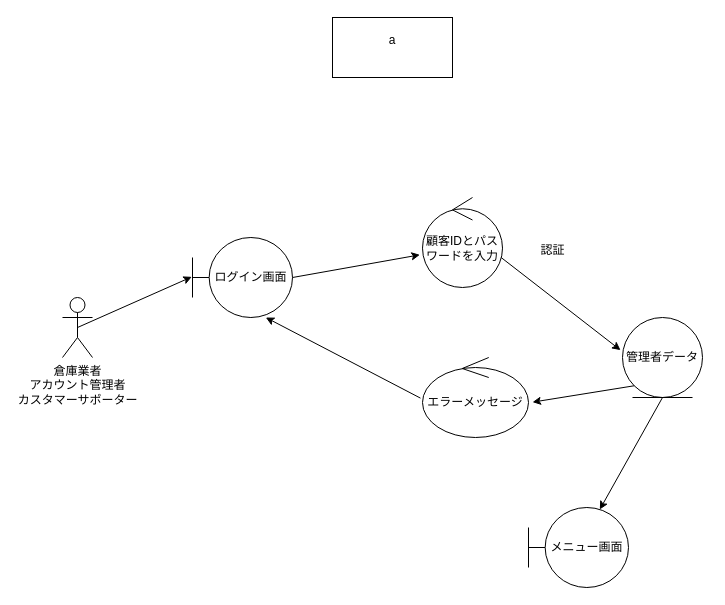
ko246/ohara_uml keeps this draw.io diagram as group/3-3_総合演習1_BBショップ注文管理システム/ロバストネス図/lo_c_01_login.drawio. Above is the earlier version. Source tidied: cells renumbered, new cells numbered last; positions are measured from the earlier drawing's top-left corner, leaving out a move shared by most shapes. Both pictures are drawn from the tidied source at 100%, with x=0, y=0 at pixel (62, 17).
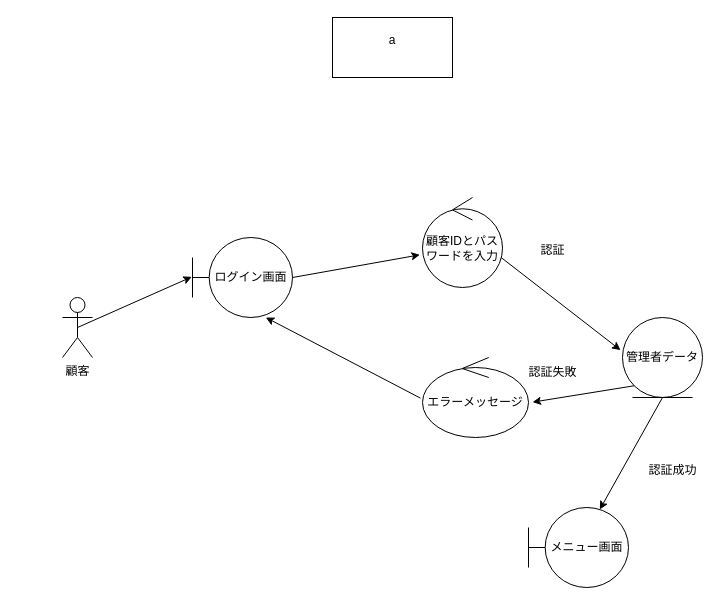
Above is the later version.

Change to the diagram source:
```diff
@@
 <mxGraphModel>
   <root>
     <mxCell id="0" />
     <mxCell id="1" parent="0" />
     <mxCell id="2" value="a&lt;div&gt;&lt;br&gt;&lt;/div&gt;" style="rounded=0;whiteSpace=wrap;html=1;" parent="1" vertex="1">
       <mxGeometry x="270" width="120" height="60" as="geometry" />
     </mxCell>
-    <mxCell id="3" value="倉庫業者&lt;div&gt;アカウント管理者&lt;/div&gt;&lt;div&gt;カスタマーサポーター&lt;/div&gt;" style="shape=umlActor;verticalLabelPosition=bottom;verticalAlign=top;html=1;" parent="1" vertex="1">
+    <mxCell id="3" value="顧客" style="shape=umlActor;verticalLabelPosition=bottom;verticalAlign=top;html=1;" parent="1" vertex="1">
       <mxGeometry y="280" width="30" height="60" as="geometry" />
     </mxCell>
     <mxCell id="4" value="ログイン画面" style="shape=umlBoundary;whiteSpace=wrap;html=1;" parent="1" vertex="1">
       <mxGeometry x="130" y="220" width="100" height="80" as="geometry" />
     </mxCell>
     <mxCell id="5" value="顧客IDとパスワードを入力" style="ellipse;shape=umlControl;whiteSpace=wrap;html=1;" parent="1" vertex="1">
       <mxGeometry x="360" y="180" width="80" height="90" as="geometry" />
     </mxCell>
     <mxCell id="6" value="管理者データ" style="ellipse;shape=umlEntity;whiteSpace=wrap;html=1;" parent="1" vertex="1">
       <mxGeometry x="560" y="300" width="80" height="80" as="geometry" />
     </mxCell>
     <mxCell id="7" value="メニュー画面" style="shape=umlBoundary;whiteSpace=wrap;html=1;" parent="1" vertex="1">
       <mxGeometry x="466" y="490" width="100" height="80" as="geometry" />
     </mxCell>
     <mxCell id="8" value="エラーメッセージ" style="ellipse;shape=umlControl;whiteSpace=wrap;html=1;" parent="1" vertex="1">
       <mxGeometry x="360" y="340" width="106" height="80" as="geometry" />
     </mxCell>
     <mxCell id="9" style="endArrow=classic;html=1;exitX=1;exitY=0.5;exitDx=0;exitDy=0;exitPerimeter=0;entryX=-0.033;entryY=0.637;entryDx=0;entryDy=0;entryPerimeter=0;" parent="1" edge="1" source="4" target="5">
       <mxGeometry relative="1" as="geometry" />
     </mxCell>
     <mxCell id="10" style="endArrow=classic;html=1;exitX=0.983;exitY=0.667;exitDx=0;exitDy=0;exitPerimeter=0;entryX=-0.025;entryY=0.408;entryDx=0;entryDy=0;entryPerimeter=0;" parent="1" edge="1" source="5" target="6">
       <mxGeometry relative="1" as="geometry" />
     </mxCell>
     <mxCell id="11" style="endArrow=classic;html=1;exitX=-0.019;exitY=0.508;exitDx=0;exitDy=0;exitPerimeter=0;entryX=0.733;entryY=1;entryDx=0;entryDy=0;entryPerimeter=0;" parent="1" edge="1" source="8" target="4">
       <mxGeometry relative="1" as="geometry" />
     </mxCell>
     <mxCell id="12" style="endArrow=classic;html=1;exitX=0;exitY=1;exitDx=0;exitDy=0;entryX=1.038;entryY=0.558;entryDx=0;entryDy=0;entryPerimeter=0;" parent="1" edge="1" source="6" target="8">
       <mxGeometry relative="1" as="geometry" />
     </mxCell>
     <mxCell id="13" style="endArrow=classic;html=1;exitX=0.5;exitY=1;exitDx=0;exitDy=0;entryX=0.713;entryY=0.025;entryDx=0;entryDy=0;entryPerimeter=0;" parent="1" edge="1" source="6" target="7">
       <mxGeometry relative="1" as="geometry" />
     </mxCell>
     <mxCell id="14" value="認証" style="text;html=1;align=center;verticalAlign=middle;strokeColor=none;fillColor=none;" parent="1" vertex="1">
       <mxGeometry x="465" y="218" width="50" height="30" as="geometry" />
     </mxCell>
     <mxCell id="15" style="endArrow=classic;html=1;exitX=0.5;exitY=0.5;exitDx=0;exitDy=0;exitPerimeter=0;entryX=-0.007;entryY=0.492;entryDx=0;entryDy=0;entryPerimeter=0;" parent="1" edge="1" source="3" target="4">
       <mxGeometry relative="1" as="geometry" />
     </mxCell>
+    <mxCell id="16" value="認証失敗" style="text;html=1;align=center;verticalAlign=middle;strokeColor=none;fillColor=none;" parent="1" vertex="1">
+      <mxGeometry x="455" y="340" width="70" height="30" as="geometry" />
+    </mxCell>
+    <mxCell id="17" value="認証成功" style="text;html=1;align=center;verticalAlign=middle;strokeColor=none;fillColor=none;" parent="1" vertex="1">
+      <mxGeometry x="575" y="438" width="70" height="30" as="geometry" />
+    </mxCell>
   </root>
 </mxGraphModel>
```
